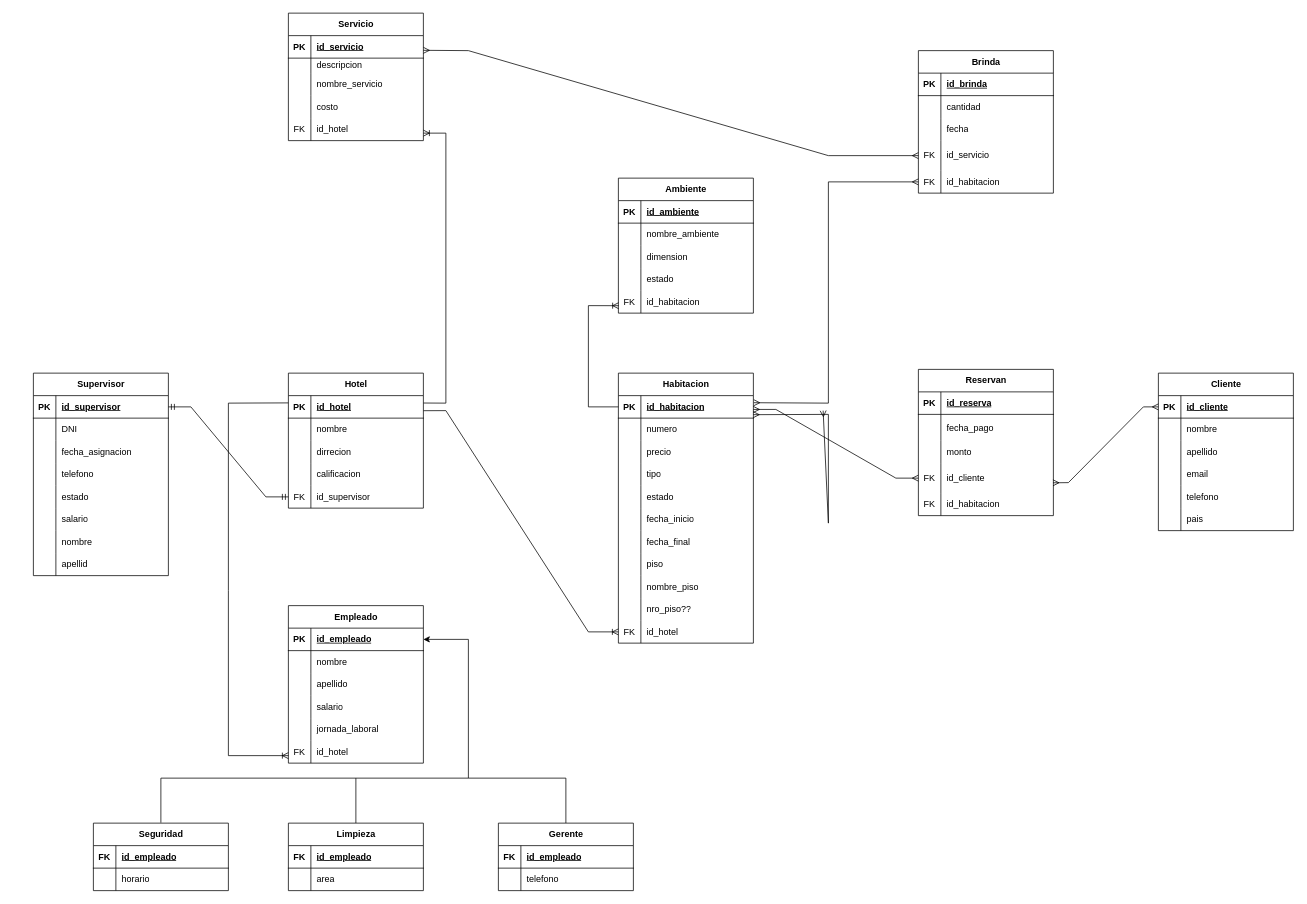
Crove7/BaseDeDatos keeps this draw.io diagram as page "Modelo Relacional" (2 of 2) of DER.drawio. Above is the earlier version. Source tidied: cells renumbered, new cells numbered last; positions are measured from the earlier drawing's top-left corner, leaving out a move shared by most shapes. Both pictures are drawn from the tidied source at 75%, with x=0, y=0 at pixel (33, 13).
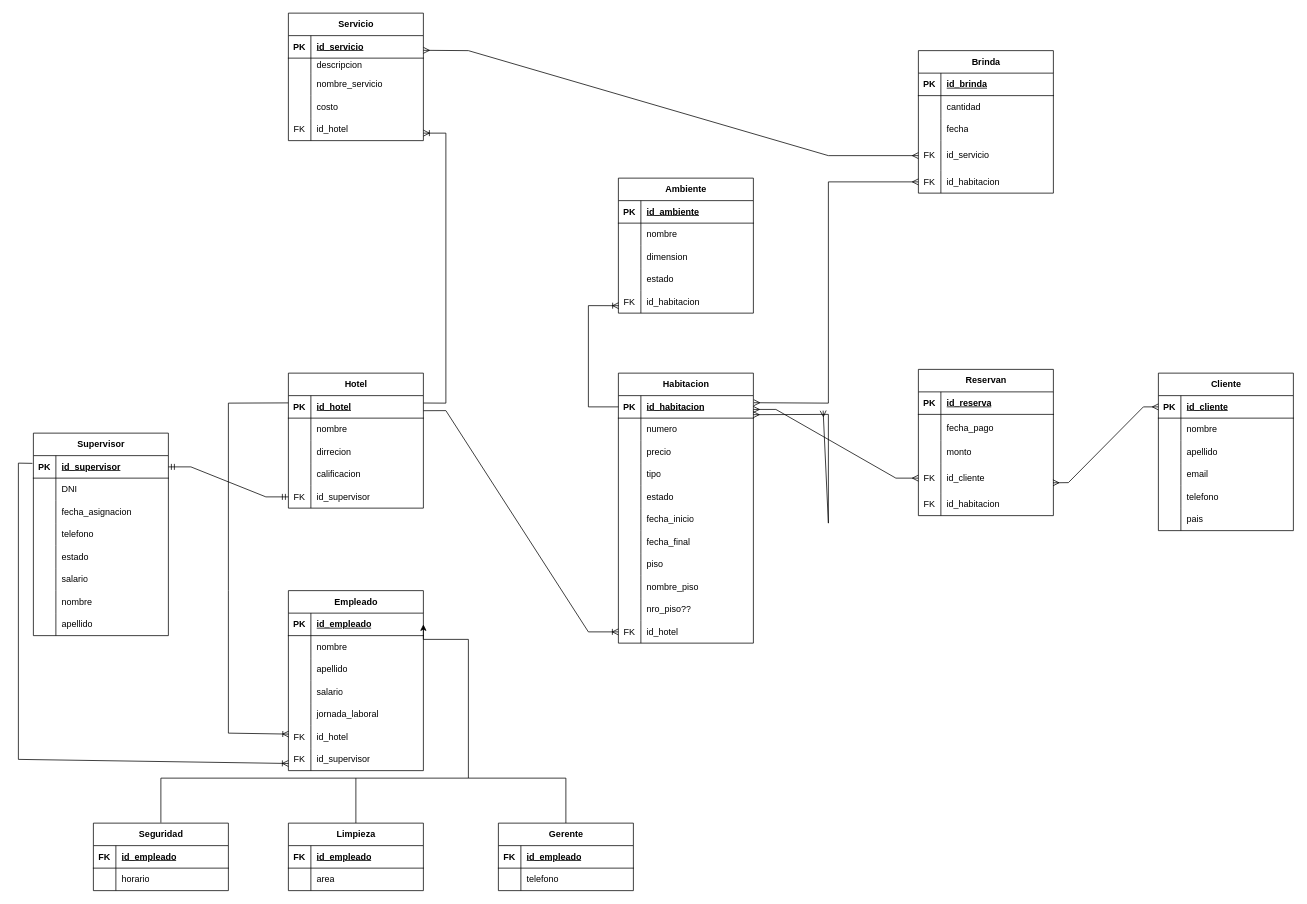
After the change.

The change refers to these unchanged cells:
```xml
<mxCell id="3" style="shape=tableRow;horizontal=0;startSize=0;swimlaneHead=0;swimlaneBody=0;fillColor=none;points=[[0,0.5],[1,0.5]];portConstraint=eastwest;top=0;left=0;right=0;bottom=1;" parent="2" vertex="1">
  <mxGeometry y="30" width="180" height="30" as="geometry" />
</mxCell>
<mxCell id="53" style="shape=tableRow;horizontal=0;startSize=0;swimlaneHead=0;swimlaneBody=0;fillColor=none;points=[[0,0.5],[1,0.5]];portConstraint=eastwest;top=0;left=0;right=0;bottom=1;" parent="52" vertex="1">
  <mxGeometry y="30" width="180" height="30" as="geometry" />
</mxCell>
<mxCell id="74" style="shape=tableRow;horizontal=0;startSize=0;swimlaneHead=0;swimlaneBody=0;fillColor=none;top=0;left=0;right=0;bottom=0;" parent="52" vertex="1">
  <mxGeometry y="240" width="180" height="30" as="geometry" />
</mxCell>
<mxCell id="93" style="shape=tableRow;horizontal=0;startSize=0;swimlaneHead=0;swimlaneBody=0;fillColor=none;points=[[0,0.5],[1,0.5]];portConstraint=eastwest;top=0;left=0;right=0;bottom=0;" parent="77" vertex="1">
  <mxGeometry y="180" width="180" height="30" as="geometry" />
</mxCell>
<mxCell id="179" style="shape=tableRow;horizontal=0;startSize=0;swimlaneHead=0;swimlaneBody=0;fillColor=none;top=0;left=0;right=0;bottom=0;" parent="175" vertex="1">
  <mxGeometry y="60" width="180" height="30" as="geometry" />
</mxCell>
```

What changed in the source:
```diff
@@
     <mxCell id="52" value="Supervisor" style="shape=table;startSize=30;childLayout=tableLayout;rowLines=0;fontStyle=1;align=center;html=1;" parent="1" vertex="1">
-      <mxGeometry y="480" width="180" height="270" as="geometry" />
+      <mxGeometry y="560" width="180" height="270" as="geometry" />
     </mxCell>
@@
-    <mxCell id="76" value="apellid" style="shape=partialRectangle;fillColor=none;top=0;left=0;bottom=0;right=0;align=left;spacingLeft=6;overflow=hidden;whiteSpace=wrap;html=1;" parent="74" vertex="1">
+    <mxCell id="76" value="apellido" style="shape=partialRectangle;fillColor=none;top=0;left=0;bottom=0;right=0;align=left;spacingLeft=6;overflow=hidden;whiteSpace=wrap;html=1;" parent="74" vertex="1">
       <mxGeometry x="30" width="150" height="30" as="geometry" />
     </mxCell>
     <mxCell id="77" value="Empleado" style="shape=table;startSize=30;childLayout=tableLayout;rowLines=0;fontStyle=1;align=center;html=1;" parent="1" vertex="1">
-      <mxGeometry x="340" y="790" width="180" height="210" as="geometry" />
+      <mxGeometry x="340" y="770" width="180" height="240" as="geometry" />
     </mxCell>
@@
+    <mxCell id="213" style="shape=tableRow;horizontal=0;startSize=0;swimlaneHead=0;swimlaneBody=0;fillColor=none;points=[[0,0.5],[1,0.5]];portConstraint=eastwest;top=0;left=0;right=0;bottom=0;" parent="77" vertex="1">
+      <mxGeometry y="210" width="180" height="30" as="geometry" />
+    </mxCell>
+    <mxCell id="214" value="FK" style="shape=partialRectangle;fillColor=none;top=0;left=0;bottom=0;right=0;overflow=hidden;whiteSpace=wrap;html=1;" parent="213" vertex="1">
+      <mxGeometry width="30" height="30" as="geometry" />
+    </mxCell>
+    <mxCell id="215" value="id_supervisor" style="shape=partialRectangle;fillColor=none;top=0;left=0;bottom=0;right=0;align=left;spacingLeft=6;overflow=hidden;whiteSpace=wrap;html=1;" parent="213" vertex="1">
+      <mxGeometry x="30" width="150" height="30" as="geometry" />
+    </mxCell>
@@
-    <mxCell id="173" style="fontSize=12;html=1;endArrow=ERoneToMany;rounded=0;entryX=0;entryY=0.5;entryDx=0;entryDy=0;exitX=-0.001;exitY=0.323;exitDx=0;exitDy=0;exitPerimeter=0;" parent="1" edge="1" source="3">
+    <mxCell id="173" style="fontSize=12;html=1;endArrow=ERoneToMany;rounded=0;entryX=0.003;entryY=0.377;entryDx=0;entryDy=0;exitX=-0.001;exitY=0.323;exitDx=0;exitDy=0;exitPerimeter=0;entryPerimeter=0;" parent="1" edge="1" source="3" target="93">
       <mxGeometry relative="1" as="geometry">
-        <mxPoint x="340" y="990" as="targetPoint" />
         <Array as="points">
           <mxPoint x="260" y="520" />
           <mxPoint x="260" y="770" />
-          <mxPoint x="260" y="990" />
+          <mxPoint x="260" y="960" />
         </Array>
       </mxGeometry>
     </mxCell>
@@
-    <mxCell id="181" value="nombre_ambiente" style="shape=partialRectangle;fillColor=none;top=0;left=0;bottom=0;right=0;align=left;spacingLeft=6;overflow=hidden;whiteSpace=wrap;html=1;" parent="179" vertex="1">
+    <mxCell id="181" value="nombre" style="shape=partialRectangle;fillColor=none;top=0;left=0;bottom=0;right=0;align=left;spacingLeft=6;overflow=hidden;whiteSpace=wrap;html=1;" parent="179" vertex="1">
       <mxGeometry x="30" width="150" height="30" as="geometry" />
     </mxCell>
@@
+    <mxCell id="216" style="fontSize=12;html=1;endArrow=ERoneToMany;rounded=0;entryX=0;entryY=0.682;entryDx=0;entryDy=0;exitX=-0.007;exitY=0.344;exitDx=0;exitDy=0;entryPerimeter=0;exitPerimeter=0;" parent="1" edge="1" source="53" target="213">
+      <mxGeometry relative="1" as="geometry">
+        <Array as="points">
+          <mxPoint x="-20" y="600" />
+          <mxPoint x="-20" y="995" />
+        </Array>
+      </mxGeometry>
+    </mxCell>
```
